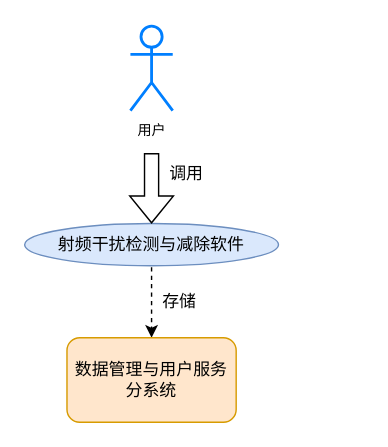
Before: 干扰减除用况图.drawio in zuoshifan/draw_io_diagrams, a draw.io diagram. Source tidied: cells renumbered, new cells numbered last; positions are measured from the earlier drawing's top-left corner, leaving out a move shared by most shapes. Both pictures are drawn from the tidied source at 141%, with x=0, y=0 at pixel (24, 25).
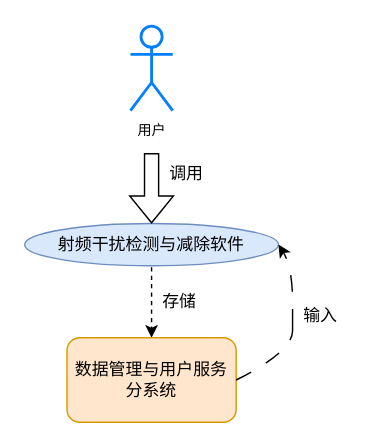
Above is the later version.

Commit message (it also covers changes not shown here):
Update 干扰减除用况图.drawio

What changed in the source:
```diff
@@
 <mxGraphModel>
   <root>
     <mxCell id="0" />
     <mxCell id="1" parent="0" />
     <mxCell id="2" value="&lt;font style=&quot;font-size: 10px;&quot;&gt;用户&lt;/font&gt;" style="shape=umlActor;verticalLabelPosition=bottom;verticalAlign=top;html=1;fillColor=none;strokeColor=#007FFF;strokeWidth=2;" parent="1" vertex="1">
       <mxGeometry x="75" width="30" height="60" as="geometry" />
     </mxCell>
     <mxCell id="3" value="射频干扰检测与减除软件" style="ellipse;whiteSpace=wrap;html=1;fillColor=#dae8fc;strokeColor=#6c8ebf;" parent="1" vertex="1">
       <mxGeometry y="140" width="180" height="30" as="geometry" />
     </mxCell>
     <mxCell id="4" style="shape=flexArrow;endArrow=classic;html=1;rounded=0;entryX=0.5;entryY=0;entryDx=0;entryDy=0;" parent="1" edge="1">
       <mxGeometry relative="1" as="geometry">
         <mxPoint x="90" y="90" as="sourcePoint" />
         <mxPoint x="90" y="140" as="targetPoint" />
       </mxGeometry>
     </mxCell>
     <mxCell id="5" style="endArrow=classic;html=1;rounded=0;dashed=1;entryX=0.5;entryY=0;entryDx=0;entryDy=0;" parent="1" edge="1" target="8">
       <mxGeometry relative="1" as="geometry">
         <mxPoint x="90" y="171" as="sourcePoint" />
       </mxGeometry>
     </mxCell>
     <mxCell id="6" value="调用" style="text;html=1;align=center;verticalAlign=middle;whiteSpace=wrap;rounded=0;" parent="1" vertex="1">
       <mxGeometry x="80" y="90" width="70" height="30" as="geometry" />
     </mxCell>
     <mxCell id="7" value="存储" style="text;html=1;align=center;verticalAlign=middle;whiteSpace=wrap;rounded=0;" parent="1" vertex="1">
       <mxGeometry x="80" y="181" width="60" height="30" as="geometry" />
     </mxCell>
     <mxCell id="8" value="数据管理与用户服务分系统" style="rounded=1;whiteSpace=wrap;html=1;fillColor=#ffe6cc;strokeColor=#d79b00;" parent="1" vertex="1">
       <mxGeometry x="30" y="221" width="120" height="60" as="geometry" />
     </mxCell>
+    <mxCell id="9" style="curved=1;endArrow=classic;html=1;rounded=0;exitX=1;exitY=0.5;exitDx=0;exitDy=0;entryX=1;entryY=0.5;entryDx=0;entryDy=0;dashed=1;dashPattern=12 12;" parent="1" edge="1" source="8" target="3">
+      <mxGeometry relative="1" as="geometry">
+        <Array as="points">
+          <mxPoint x="190" y="231" />
+          <mxPoint x="190" y="201" />
+          <mxPoint x="190" y="221" />
+          <mxPoint x="190" y="171" />
+        </Array>
+      </mxGeometry>
+    </mxCell>
+    <mxCell id="10" value="输入" style="text;html=1;align=center;verticalAlign=middle;whiteSpace=wrap;rounded=0;" parent="1" vertex="1">
+      <mxGeometry x="180" y="191" width="60" height="30" as="geometry" />
+    </mxCell>
   </root>
 </mxGraphModel>
```
